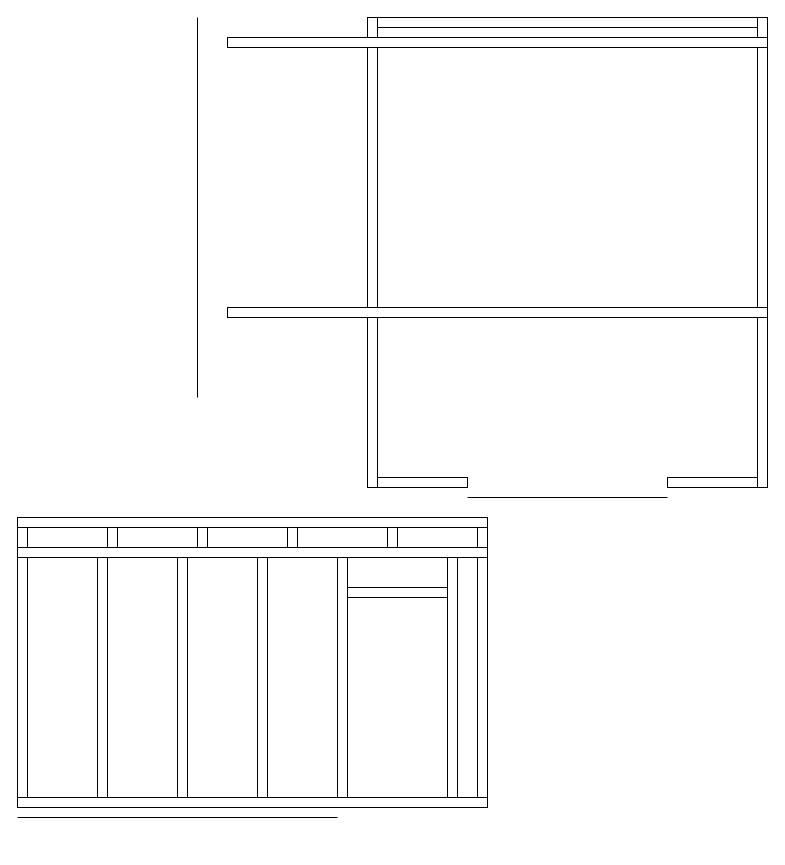
Before: Garage_01.drawio in joschinger-github/garage, a draw.io diagram. Source tidied: cells renumbered, new cells numbered last; positions are measured from the earlier drawing's top-left corner, leaving out a move shared by most shapes. Both pictures are drawn from the tidied source at 100%, with x=0, y=0 at pixel (17, 17).
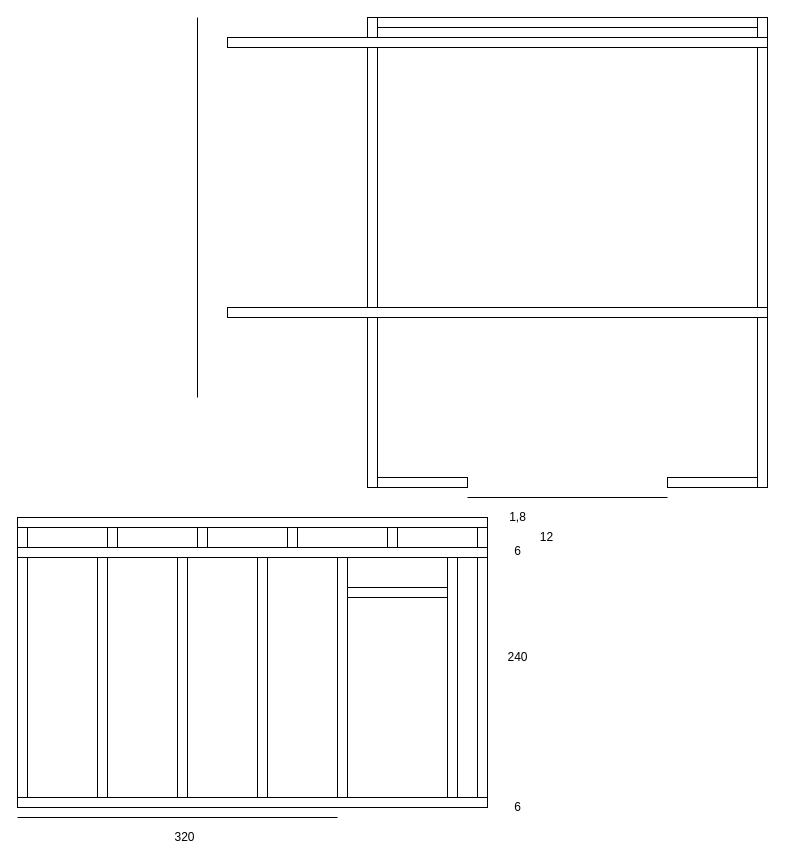
After the change.

Diff of the diagram source:
```diff
@@
+    <mxCell id="29" value="6" style="text;html=1;align=center;verticalAlign=middle;strokeColor=none;fillColor=none;" parent="1" vertex="1">
+      <mxGeometry x="490" y="780" width="20" height="20" as="geometry" />
+    </mxCell>
+    <mxCell id="30" value="240" style="text;html=1;align=center;verticalAlign=middle;strokeColor=none;fillColor=none;" parent="1" vertex="1">
+      <mxGeometry x="480" y="630" width="40" height="20" as="geometry" />
+    </mxCell>
+    <mxCell id="31" value="6" style="text;html=1;align=center;verticalAlign=middle;strokeColor=none;fillColor=none;" parent="1" vertex="1">
+      <mxGeometry x="490" y="524" width="20" height="20" as="geometry" />
+    </mxCell>
+    <mxCell id="32" value="12" style="text;html=1;align=center;verticalAlign=middle;strokeColor=none;fillColor=none;" parent="1" vertex="1">
+      <mxGeometry x="514" y="510" width="30" height="20" as="geometry" />
+    </mxCell>
+    <mxCell id="33" value="320" style="text;html=1;align=center;verticalAlign=middle;strokeColor=none;fillColor=none;" parent="1" vertex="1">
+      <mxGeometry x="147" y="810" width="40" height="20" as="geometry" />
+    </mxCell>
+    <mxCell id="34" value="1,8" style="text;html=1;align=center;verticalAlign=middle;strokeColor=none;fillColor=none;" parent="1" vertex="1">
+      <mxGeometry x="485" y="490" width="30" height="20" as="geometry" />
+    </mxCell>
```
